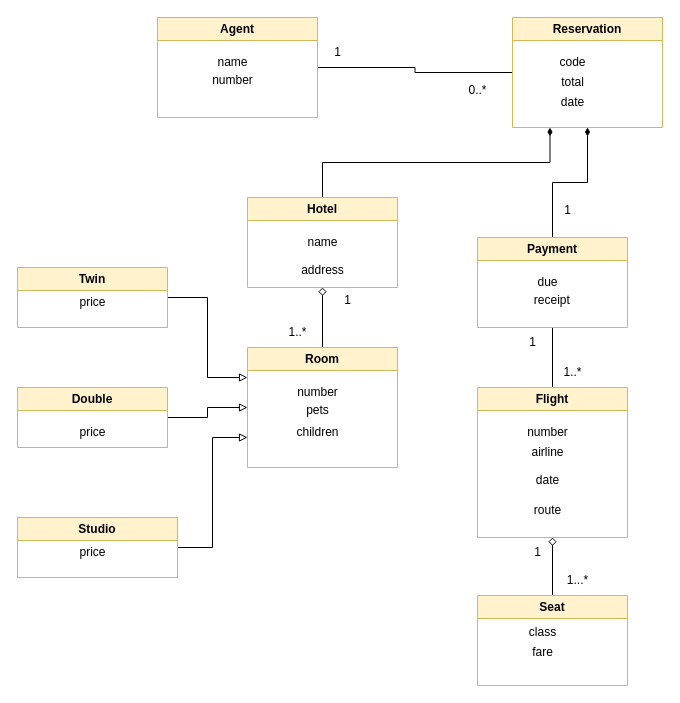
This is Q2A.drawio from Noah-B-Reef/CS-3560-Homework-3, a draw.io file, before an edit. Source tidied: cells renumbered, new cells numbered last; positions are measured from the earlier drawing's top-left corner, leaving out a move shared by most shapes. Both pictures are drawn from the tidied source at 100%, with x=0, y=0 at pixel (17, 17).
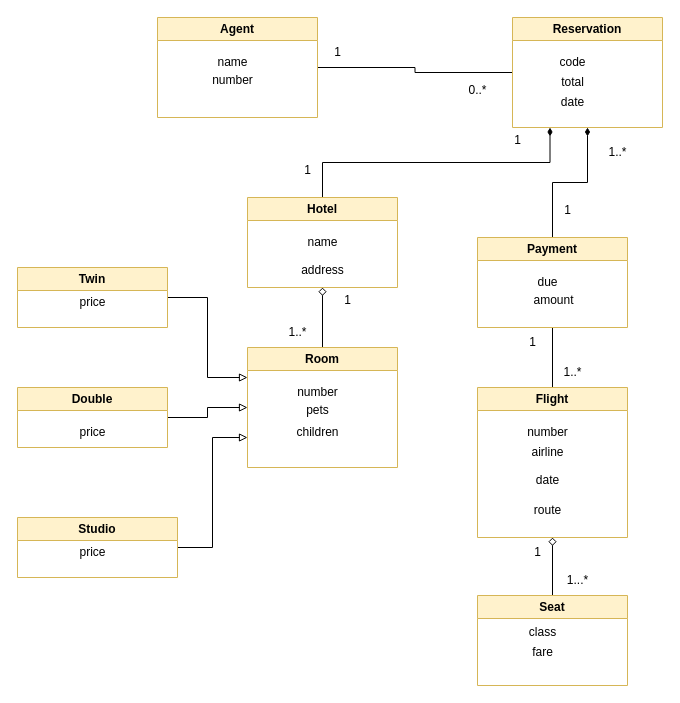
The same diagram, later.

Unchanged cells that the change refers to:
```xml
<mxCell id="30" value="Payment" style="swimlane;whiteSpace=wrap;html=1;fillColor=#fff2cc;strokeColor=#d6b656;startSize=23;" parent="1" vertex="1">
  <mxGeometry x="460" y="220" width="150" height="90" as="geometry" />
</mxCell>
```

Diff of the diagram source:
```diff
@@
-    <mxCell id="31" value="receipt&amp;nbsp;" style="text;html=1;align=center;verticalAlign=middle;strokeColor=none;fillColor=none;" parent="30" vertex="1">
+    <mxCell id="31" value="amount" style="text;html=1;align=center;verticalAlign=middle;strokeColor=none;fillColor=none;" parent="30" vertex="1">
       <mxGeometry x="46" y="48" width="60" height="30" as="geometry" />
     </mxCell>
@@
+    <mxCell id="51" value="1" style="text;html=1;align=center;verticalAlign=middle;strokeColor=none;fillColor=none;" parent="1" vertex="1">
+      <mxGeometry x="275" y="138" width="30" height="30" as="geometry" />
+    </mxCell>
+    <mxCell id="52" value="1" style="text;html=1;align=center;verticalAlign=middle;strokeColor=none;fillColor=none;" parent="1" vertex="1">
+      <mxGeometry x="485" y="108" width="30" height="30" as="geometry" />
+    </mxCell>
+    <mxCell id="53" value="1..*" style="text;html=1;align=center;verticalAlign=middle;strokeColor=none;fillColor=none;" parent="1" vertex="1">
+      <mxGeometry x="580" y="120" width="40" height="30" as="geometry" />
+    </mxCell>
```
